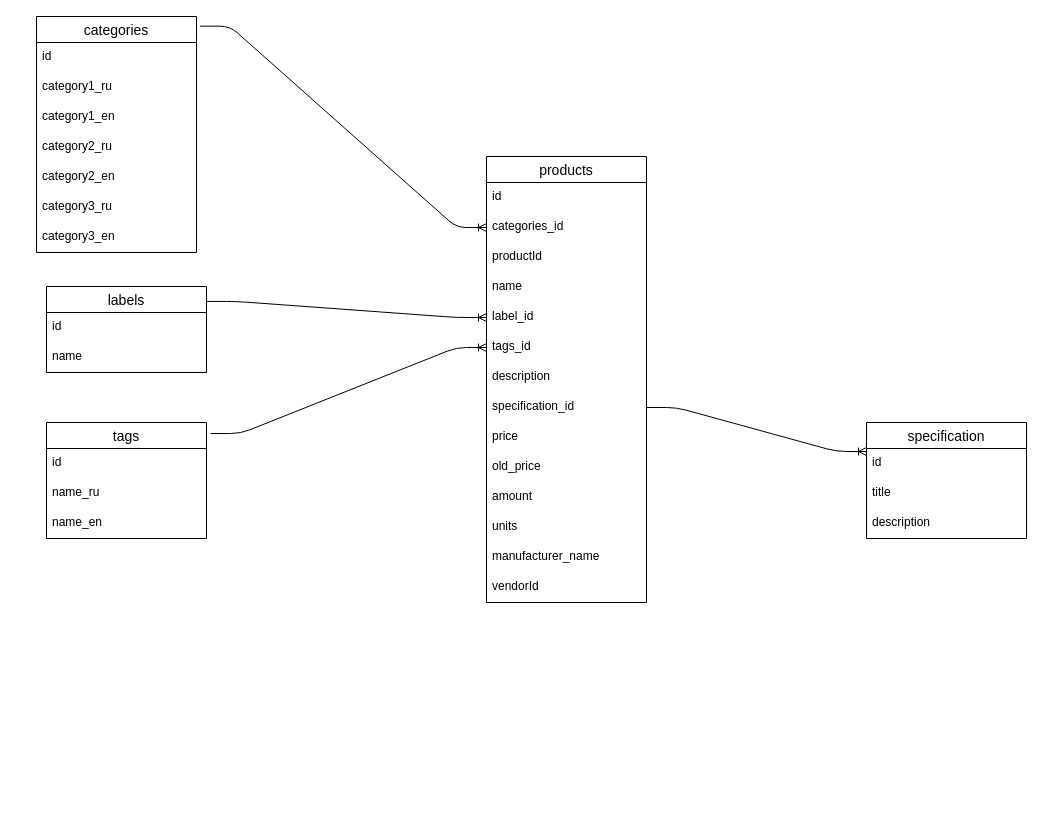
Before: src/db/sheme.drawio in AndrewDrewDev/PERN-Backend-eCommerce, a draw.io diagram. Source tidied: cells renumbered, new cells numbered last; positions are measured from the earlier drawing's top-left corner, leaving out a move shared by most shapes. Both pictures are drawn from the tidied source at 100%, with x=0, y=0 at pixel (36, 16).
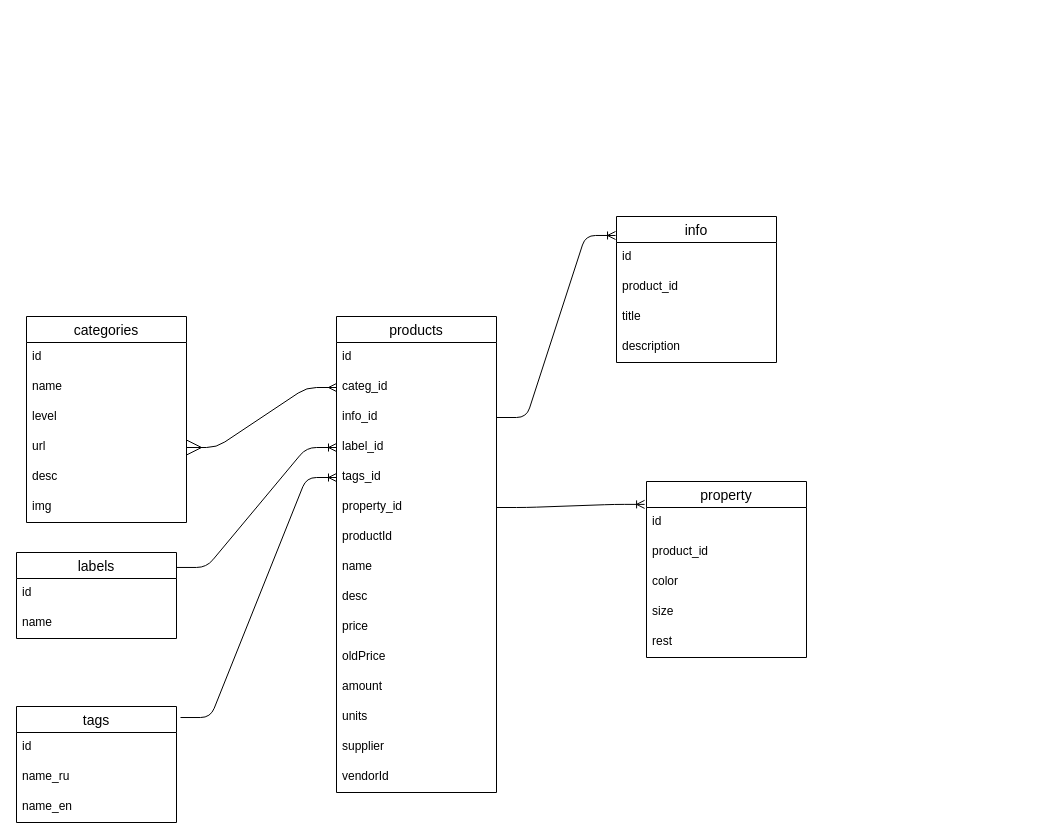
After the change.

Diff of the diagram source:
```diff
@@
     <mxCell id="2" value="products" style="swimlane;fontStyle=0;horizontal=1;startSize=26;align=center;fontSize=14;" parent="1" vertex="1">
-      <mxGeometry x="450" y="140" width="160" height="446" as="geometry" />
+      <mxGeometry x="300" y="300" width="160" height="476" as="geometry" />
     </mxCell>
@@
-    <mxCell id="4" value="categories_id" style="text;strokeColor=none;fillColor=none;spacingLeft=4;spacingRight=4;overflow=hidden;points=[[0,0.5],[1,0.5]];portConstraint=eastwest;fontSize=12;" parent="2" vertex="1">
-      <mxGeometry y="56" width="160" height="30" as="geometry" />
-    </mxCell>
+    <mxCell id="40" value="categ_id" style="text;strokeColor=none;fillColor=none;spacingLeft=4;spacingRight=4;overflow=hidden;points=[[0,0.5],[1,0.5]];portConstraint=eastwest;fontSize=12;" parent="2" vertex="1">
+      <mxGeometry y="56" width="160" height="30" as="geometry" />
+    </mxCell>
-    <mxCell id="5" value="productId" style="text;strokeColor=none;fillColor=none;spacingLeft=4;spacingRight=4;overflow=hidden;points=[[0,0.5],[1,0.5]];portConstraint=eastwest;fontSize=12;" parent="2" vertex="1">
+    <mxCell id="5" value="info_id" style="text;strokeColor=none;fillColor=none;spacingLeft=4;spacingRight=4;overflow=hidden;points=[[0,0.5],[1,0.5]];portConstraint=eastwest;fontSize=12;" parent="2" vertex="1">
       <mxGeometry y="86" width="160" height="30" as="geometry" />
     </mxCell>
-    <mxCell id="6" value="name" style="text;strokeColor=none;fillColor=none;spacingLeft=4;spacingRight=4;overflow=hidden;fontSize=12;" parent="2" vertex="1">
-      <mxGeometry y="116" width="160" height="30" as="geometry" />
-    </mxCell>
-    <mxCell id="7" value="label_id&#10;" style="text;strokeColor=none;fillColor=none;spacingLeft=4;spacingRight=4;overflow=hidden;points=[[0,0.5],[1,0.5]];portConstraint=eastwest;fontSize=12;" parent="2" vertex="1">
-      <mxGeometry y="146" width="160" height="30" as="geometry" />
+    <mxCell id="7" value="label_id" style="text;strokeColor=none;fillColor=none;spacingLeft=4;spacingRight=4;overflow=hidden;points=[[0,0.5],[1,0.5]];portConstraint=eastwest;fontSize=12;" parent="2" vertex="1">
+      <mxGeometry y="116" width="160" height="30" as="geometry" />
     </mxCell>
-    <mxCell id="8" value="tags_id" style="text;strokeColor=none;fillColor=none;spacingLeft=4;spacingRight=4;overflow=hidden;points=[[0,0.5],[1,0.5]];portConstraint=eastwest;fontSize=12;" parent="2" vertex="1">
-      <mxGeometry y="176" width="160" height="30" as="geometry" />
+    <mxCell id="8" value="tags_id&#10;" style="text;strokeColor=none;fillColor=none;spacingLeft=4;spacingRight=4;overflow=hidden;points=[[0,0.5],[1,0.5]];portConstraint=eastwest;fontSize=12;" parent="2" vertex="1">
+      <mxGeometry y="146" width="160" height="30" as="geometry" />
     </mxCell>
+    <mxCell id="41" value="property_id&#10;" style="text;strokeColor=none;fillColor=none;spacingLeft=4;spacingRight=4;overflow=hidden;points=[[0,0.5],[1,0.5]];portConstraint=eastwest;fontSize=12;" parent="2" vertex="1">
+      <mxGeometry y="176" width="160" height="30" as="geometry" />
+    </mxCell>
+    <mxCell id="42" value="productId" style="text;strokeColor=none;fillColor=none;spacingLeft=4;spacingRight=4;overflow=hidden;fontSize=12;" parent="2" vertex="1">
+      <mxGeometry y="206" width="160" height="30" as="geometry" />
+    </mxCell>
+    <mxCell id="6" value="name" style="text;strokeColor=none;fillColor=none;spacingLeft=4;spacingRight=4;overflow=hidden;fontSize=12;" parent="2" vertex="1">
+      <mxGeometry y="236" width="160" height="30" as="geometry" />
+    </mxCell>
-    <mxCell id="9" value="description" style="text;strokeColor=none;fillColor=none;spacingLeft=4;spacingRight=4;overflow=hidden;fontSize=12;" parent="2" vertex="1">
-      <mxGeometry y="206" width="160" height="30" as="geometry" />
+    <mxCell id="9" value="desc" style="text;strokeColor=none;fillColor=none;spacingLeft=4;spacingRight=4;overflow=hidden;fontSize=12;" parent="2" vertex="1">
+      <mxGeometry y="266" width="160" height="30" as="geometry" />
     </mxCell>
-    <mxCell id="10" value="specification_id" style="text;strokeColor=none;fillColor=none;spacingLeft=4;spacingRight=4;overflow=hidden;points=[[0,0.5],[1,0.5]];portConstraint=eastwest;fontSize=12;" parent="2" vertex="1">
-      <mxGeometry y="236" width="160" height="30" as="geometry" />
-    </mxCell>
     <mxCell id="11" value="price" style="text;strokeColor=none;fillColor=none;spacingLeft=4;spacingRight=4;overflow=hidden;fontSize=12;" parent="2" vertex="1">
-      <mxGeometry y="266" width="160" height="30" as="geometry" />
+      <mxGeometry y="296" width="160" height="30" as="geometry" />
     </mxCell>
-    <mxCell id="12" value="old_price" style="text;strokeColor=none;fillColor=none;spacingLeft=4;spacingRight=4;overflow=hidden;fontSize=12;" parent="2" vertex="1">
-      <mxGeometry y="296" width="160" height="30" as="geometry" />
+    <mxCell id="12" value="oldPrice" style="text;strokeColor=none;fillColor=none;spacingLeft=4;spacingRight=4;overflow=hidden;fontSize=12;" parent="2" vertex="1">
+      <mxGeometry y="326" width="160" height="30" as="geometry" />
     </mxCell>
     <mxCell id="13" value="amount" style="text;strokeColor=none;fillColor=none;spacingLeft=4;spacingRight=4;overflow=hidden;fontSize=12;" parent="2" vertex="1">
-      <mxGeometry y="326" width="160" height="30" as="geometry" />
+      <mxGeometry y="356" width="160" height="30" as="geometry" />
     </mxCell>
     <mxCell id="14" value="units" style="text;strokeColor=none;fillColor=none;spacingLeft=4;spacingRight=4;overflow=hidden;fontSize=12;" parent="2" vertex="1">
-      <mxGeometry y="356" width="160" height="30" as="geometry" />
+      <mxGeometry y="386" width="160" height="30" as="geometry" />
     </mxCell>
-    <mxCell id="15" value="manufacturer_name&#10;" style="text;strokeColor=none;fillColor=none;spacingLeft=4;spacingRight=4;overflow=hidden;fontSize=12;" parent="2" vertex="1">
-      <mxGeometry y="386" width="160" height="30" as="geometry" />
+    <mxCell id="15" value="supplier" style="text;strokeColor=none;fillColor=none;spacingLeft=4;spacingRight=4;overflow=hidden;fontSize=12;" parent="2" vertex="1">
+      <mxGeometry y="416" width="160" height="30" as="geometry" />
     </mxCell>
     <mxCell id="16" value="vendorId" style="text;strokeColor=none;fillColor=none;spacingLeft=4;spacingRight=4;overflow=hidden;fontSize=12;" parent="2" vertex="1">
-      <mxGeometry y="416" width="160" height="30" as="geometry" />
+      <mxGeometry y="446" width="160" height="30" as="geometry" />
     </mxCell>
-    <mxCell id="17" value="specification" style="swimlane;fontStyle=0;horizontal=1;startSize=26;align=center;fontSize=14;" parent="1" vertex="1">
-      <mxGeometry x="830" y="406" width="160" height="116" as="geometry" />
+    <mxCell id="17" value="info" style="swimlane;fontStyle=0;horizontal=1;startSize=26;align=center;fontSize=14;" parent="1" vertex="1">
+      <mxGeometry x="580" y="200" width="160" height="146" as="geometry" />
     </mxCell>
@@
+    <mxCell id="43" value="product_id&#10;" style="text;strokeColor=none;fillColor=none;spacingLeft=4;spacingRight=4;overflow=hidden;fontSize=12;" parent="17" vertex="1">
+      <mxGeometry y="56" width="160" height="30" as="geometry" />
+    </mxCell>
     <mxCell id="19" value="title" style="text;strokeColor=none;fillColor=none;spacingLeft=4;spacingRight=4;overflow=hidden;fontSize=12;" parent="17" vertex="1">
-      <mxGeometry y="56" width="160" height="30" as="geometry" />
+      <mxGeometry y="86" width="160" height="30" as="geometry" />
     </mxCell>
     <mxCell id="20" value="description" style="text;strokeColor=none;fillColor=none;spacingLeft=4;spacingRight=4;overflow=hidden;fontSize=12;" parent="17" vertex="1">
-      <mxGeometry y="86" width="160" height="30" as="geometry" />
+      <mxGeometry y="116" width="160" height="30" as="geometry" />
     </mxCell>
-    <mxCell id="21" style="edgeStyle=entityRelationEdgeStyle;fontSize=12;html=1;endArrow=ERoneToMany;entryX=0;entryY=0.25;entryDx=0;entryDy=0;" parent="1" edge="1" source="10" target="17">
+    <mxCell id="21" style="edgeStyle=entityRelationEdgeStyle;fontSize=12;html=1;endArrow=ERoneToMany;entryX=-0.006;entryY=0.13;entryDx=0;entryDy=0;exitX=1;exitY=0.5;exitDx=0;exitDy=0;entryPerimeter=0;" parent="1" edge="1" source="5" target="17">
       <mxGeometry relative="1" as="geometry" />
     </mxCell>
     <mxCell id="22" value="categories" style="swimlane;fontStyle=0;horizontal=1;startSize=26;align=center;fontSize=14;" parent="1" vertex="1">
-      <mxGeometry width="160" height="236" as="geometry" />
+      <mxGeometry x="-10" y="300" width="160" height="206" as="geometry" />
     </mxCell>
@@
-    <mxCell id="24" value="category1_ru" style="text;strokeColor=none;fillColor=none;spacingLeft=4;spacingRight=4;overflow=hidden;fontSize=12;" parent="22" vertex="1">
-      <mxGeometry y="56" width="160" height="30" as="geometry" />
-    </mxCell>
-    <mxCell id="25" value="category1_en" style="text;strokeColor=none;fillColor=none;spacingLeft=4;spacingRight=4;overflow=hidden;fontSize=12;" parent="22" vertex="1">
-      <mxGeometry y="86" width="160" height="30" as="geometry" />
-    </mxCell>
-    <mxCell id="26" value="category2_ru" style="text;strokeColor=none;fillColor=none;spacingLeft=4;spacingRight=4;overflow=hidden;fontSize=12;" parent="22" vertex="1">
-      <mxGeometry y="116" width="160" height="30" as="geometry" />
-    </mxCell>
-    <mxCell id="27" value="category2_en" style="text;strokeColor=none;fillColor=none;spacingLeft=4;spacingRight=4;overflow=hidden;fontSize=12;" parent="22" vertex="1">
-      <mxGeometry y="146" width="160" height="30" as="geometry" />
-    </mxCell>
-    <mxCell id="28" value="category3_ru" style="text;strokeColor=none;fillColor=none;spacingLeft=4;spacingRight=4;overflow=hidden;fontSize=12;" parent="22" vertex="1">
-      <mxGeometry y="176" width="160" height="30" as="geometry" />
-    </mxCell>
-    <mxCell id="29" value="category3_en" style="text;strokeColor=none;fillColor=none;spacingLeft=4;spacingRight=4;overflow=hidden;fontSize=12;" parent="22" vertex="1">
-      <mxGeometry y="206" width="160" height="30" as="geometry" />
-    </mxCell>
+    <mxCell id="44" value="name" style="text;strokeColor=none;fillColor=none;spacingLeft=4;spacingRight=4;overflow=hidden;fontSize=12;" parent="22" vertex="1">
+      <mxGeometry y="56" width="160" height="30" as="geometry" />
+    </mxCell>
+    <mxCell id="45" value="level" style="text;strokeColor=none;fillColor=none;spacingLeft=4;spacingRight=4;overflow=hidden;fontSize=12;" parent="22" vertex="1">
+      <mxGeometry y="86" width="160" height="30" as="geometry" />
+    </mxCell>
+    <mxCell id="46" value="url" style="text;strokeColor=none;fillColor=none;spacingLeft=4;spacingRight=4;overflow=hidden;points=[[0,0.5],[1,0.5]];portConstraint=eastwest;fontSize=12;" parent="22" vertex="1">
+      <mxGeometry y="116" width="160" height="30" as="geometry" />
+    </mxCell>
+    <mxCell id="47" value="desc" style="text;strokeColor=none;fillColor=none;spacingLeft=4;spacingRight=4;overflow=hidden;fontSize=12;" parent="22" vertex="1">
+      <mxGeometry y="146" width="160" height="30" as="geometry" />
+    </mxCell>
+    <mxCell id="48" value="img" style="text;strokeColor=none;fillColor=none;spacingLeft=4;spacingRight=4;overflow=hidden;fontSize=12;" parent="22" vertex="1">
+      <mxGeometry y="176" width="160" height="30" as="geometry" />
+    </mxCell>
     <mxCell id="30" value="tags" style="swimlane;fontStyle=0;horizontal=1;startSize=26;align=center;fontSize=14;" parent="1" vertex="1">
-      <mxGeometry x="10" y="406" width="160" height="116" as="geometry" />
+      <mxGeometry x="-20" y="690" width="160" height="116" as="geometry" />
     </mxCell>
@@
-    <mxCell id="35" style="edgeStyle=entityRelationEdgeStyle;fontSize=12;html=1;endArrow=ERoneToMany;startSize=13;targetPerimeterSpacing=4;strokeColor=#000000;exitX=1.021;exitY=0.041;exitDx=0;exitDy=0;exitPerimeter=0;entryX=0;entryY=0.5;entryDx=0;entryDy=0;" parent="1" edge="1" source="22" target="4">
-      <mxGeometry relative="1" as="geometry" />
-    </mxCell>
     <mxCell id="36" value="labels" style="swimlane;fontStyle=0;horizontal=1;startSize=26;align=center;fontSize=14;" parent="1" vertex="1">
-      <mxGeometry x="10" y="270" width="160" height="86" as="geometry" />
+      <mxGeometry x="-20" y="536" width="160" height="86" as="geometry" />
     </mxCell>
@@
+    <mxCell id="49" style="edgeStyle=entityRelationEdgeStyle;fontSize=12;html=1;endArrow=ERmany;startArrow=ERmany;startSize=13;targetPerimeterSpacing=4;strokeColor=#000000;exitX=1;exitY=0.5;exitDx=0;exitDy=0;entryX=0;entryY=0.5;entryDx=0;entryDy=0;" parent="1" edge="1" source="46" target="40">
+      <mxGeometry relative="1" as="geometry" />
+    </mxCell>
+    <mxCell id="50" value="property" style="swimlane;fontStyle=0;horizontal=1;startSize=26;align=center;fontSize=14;" parent="1" vertex="1">
+      <mxGeometry x="610" y="465" width="160" height="176" as="geometry" />
+    </mxCell>
+    <mxCell id="51" value="id" style="text;strokeColor=none;fillColor=none;spacingLeft=4;spacingRight=4;overflow=hidden;fontSize=12;" parent="50" vertex="1">
+      <mxGeometry y="26" width="160" height="30" as="geometry" />
+    </mxCell>
+    <mxCell id="52" value="product_id&#10;" style="text;strokeColor=none;fillColor=none;spacingLeft=4;spacingRight=4;overflow=hidden;fontSize=12;" parent="50" vertex="1">
+      <mxGeometry y="56" width="160" height="30" as="geometry" />
+    </mxCell>
+    <mxCell id="53" value="color" style="text;strokeColor=none;fillColor=none;spacingLeft=4;spacingRight=4;overflow=hidden;fontSize=12;" parent="50" vertex="1">
+      <mxGeometry y="86" width="160" height="30" as="geometry" />
+    </mxCell>
+    <mxCell id="54" value="size" style="text;strokeColor=none;fillColor=none;spacingLeft=4;spacingRight=4;overflow=hidden;fontSize=12;" parent="50" vertex="1">
+      <mxGeometry y="116" width="160" height="30" as="geometry" />
+    </mxCell>
+    <mxCell id="55" value="rest" style="text;strokeColor=none;fillColor=none;spacingLeft=4;spacingRight=4;overflow=hidden;fontSize=12;" parent="50" vertex="1">
+      <mxGeometry y="146" width="160" height="30" as="geometry" />
+    </mxCell>
+    <mxCell id="56" style="edgeStyle=entityRelationEdgeStyle;fontSize=12;html=1;endArrow=ERoneToMany;entryX=-0.012;entryY=0.13;entryDx=0;entryDy=0;exitX=1;exitY=0.5;exitDx=0;exitDy=0;entryPerimeter=0;" parent="1" edge="1" source="41" target="50">
+      <mxGeometry relative="1" as="geometry" />
+    </mxCell>
```
